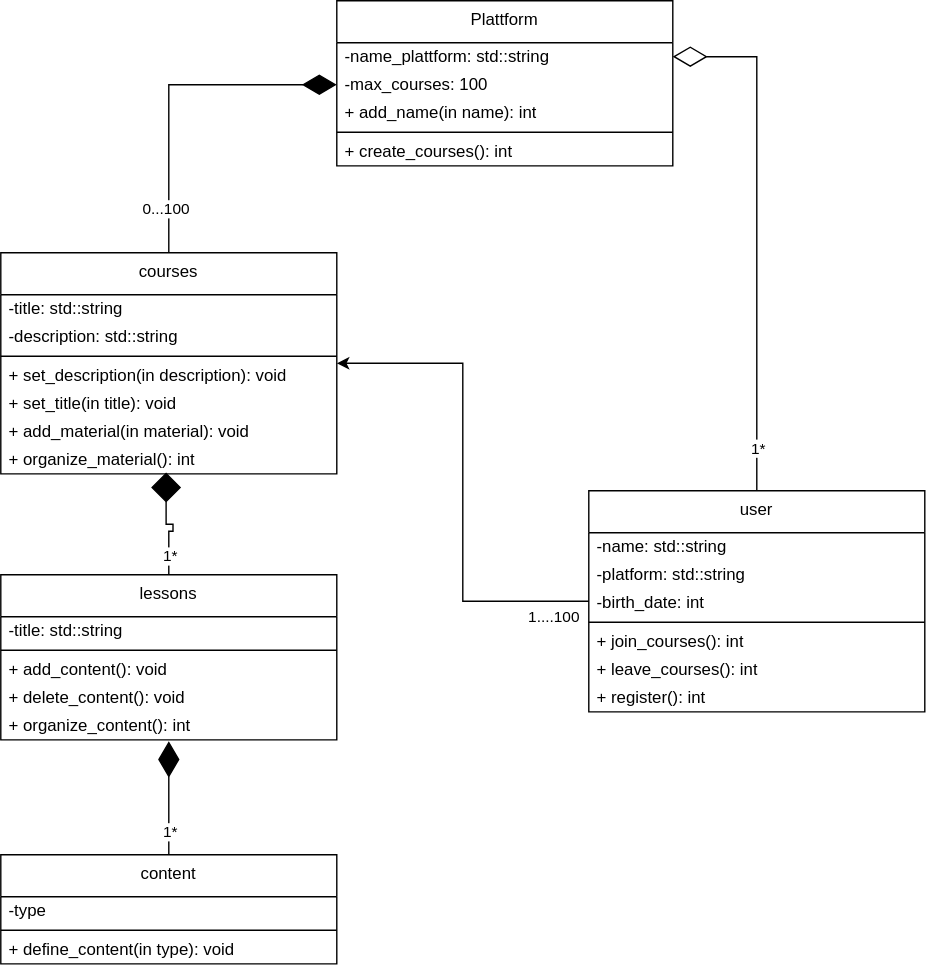
Marcel-khn/study-code- keeps this draw.io diagram as courses/coding-in-C++/Lab_3/section1/Unbenanntes Diagramm.drawio.svg. Above is the earlier version. Source tidied: cells renumbered, new cells last; positions are measured from the earlier drawing's top-left corner, leaving out a move shared by most shapes. Its diagram source:
```xml
<mxGraphModel>
  <root>
    <mxCell id="0" />
    <mxCell id="1" parent="0" />
    <mxCell id="2" style="edgeStyle=orthogonalEdgeStyle;rounded=0;jettySize=auto;html=1;endArrow=diamond;endFill=1;endSize=19;exitX=0.5;exitY=0;exitDx=0;exitDy=0;entryX=0.492;entryY=0.95;entryDx=0;entryDy=0;entryPerimeter=0;" parent="1" edge="1" source="14" target="11">
      <mxGeometry relative="1" as="geometry">
        <Array as="points">
          <mxPoint x="120" y="379" />
          <mxPoint x="123" y="379" />
          <mxPoint x="123" y="374" />
          <mxPoint x="118" y="374" />
        </Array>
      </mxGeometry>
    </mxCell>
    <mxCell id="3" value="1*" style="edgeLabel;html=1;align=center;verticalAlign=middle;" parent="2" vertex="1">
      <mxGeometry x="-0.67" y="-1" relative="1" as="geometry" />
    </mxCell>
    <mxCell id="4" value="courses" style="swimlane;fontStyle=0;align=center;verticalAlign=top;horizontal=1;startSize=30;html=1;whiteSpace=wrap;" parent="1" vertex="1">
      <mxGeometry y="180" width="240" height="158" as="geometry" />
    </mxCell>
    <mxCell id="5" value="-title: std::string" style="text;html=1;strokeColor=none;fillColor=none;align=left;verticalAlign=middle;spacingLeft=4;spacingRight=4;overflow=hidden;whiteSpace=wrap;" parent="4" vertex="1">
      <mxGeometry y="30" width="240" height="20" as="geometry" />
    </mxCell>
    <mxCell id="6" value="-description: std::string" style="text;html=1;strokeColor=none;fillColor=none;align=left;verticalAlign=middle;spacingLeft=4;spacingRight=4;overflow=hidden;whiteSpace=wrap;" parent="4" vertex="1">
      <mxGeometry y="50" width="240" height="20" as="geometry" />
    </mxCell>
    <mxCell id="7" style="line;strokeWidth=1;fillColor=none;align=left;verticalAlign=middle;spacingTop=-1;spacingLeft=3;spacingRight=3;labelPosition=right;" parent="4" vertex="1">
      <mxGeometry y="70" width="240" height="8" as="geometry" />
    </mxCell>
    <mxCell id="8" value="+ set_description(in description): void" style="text;html=1;strokeColor=none;fillColor=none;align=left;verticalAlign=middle;spacingLeft=4;spacingRight=4;overflow=hidden;whiteSpace=wrap;" parent="4" vertex="1">
      <mxGeometry y="78" width="240" height="20" as="geometry" />
    </mxCell>
    <mxCell id="9" value="+ set_title(in title): void" style="text;html=1;strokeColor=none;fillColor=none;align=left;verticalAlign=middle;spacingLeft=4;spacingRight=4;overflow=hidden;whiteSpace=wrap;" parent="4" vertex="1">
      <mxGeometry y="98" width="240" height="20" as="geometry" />
    </mxCell>
    <mxCell id="10" value="+ add_material(in material): void" style="text;html=1;strokeColor=none;fillColor=none;align=left;verticalAlign=middle;spacingLeft=4;spacingRight=4;overflow=hidden;whiteSpace=wrap;" parent="4" vertex="1">
      <mxGeometry y="118" width="240" height="20" as="geometry" />
    </mxCell>
    <mxCell id="11" value="+ organize_material(): int" style="text;html=1;strokeColor=none;fillColor=none;align=left;verticalAlign=middle;spacingLeft=4;spacingRight=4;overflow=hidden;points=[[0,0.5],[1,0.5]];portConstraint=eastwest;whiteSpace=wrap;" parent="4" vertex="1">
      <mxGeometry y="138" width="240" height="20" as="geometry" />
    </mxCell>
    <mxCell id="12" style="edgeStyle=orthogonalEdgeStyle;rounded=0;jettySize=auto;html=1;endArrow=diamondThin;endFill=1;endSize=23;entryX=0.5;entryY=1.05;entryDx=0;entryDy=0;entryPerimeter=0;" parent="1" edge="1" source="20" target="19">
      <mxGeometry relative="1" as="geometry" />
    </mxCell>
    <mxCell id="13" value="1*" style="edgeLabel;html=1;align=center;verticalAlign=middle;" parent="12" vertex="1">
      <mxGeometry x="-0.59" y="-1" relative="1" as="geometry" />
    </mxCell>
    <mxCell id="14" value="lessons" style="swimlane;fontStyle=0;align=center;verticalAlign=top;horizontal=1;startSize=30;html=1;whiteSpace=wrap;" parent="1" vertex="1">
      <mxGeometry y="410" width="240" height="118" as="geometry" />
    </mxCell>
    <mxCell id="15" value="-title: std::string" style="text;html=1;strokeColor=none;fillColor=none;align=left;verticalAlign=middle;spacingLeft=4;spacingRight=4;overflow=hidden;whiteSpace=wrap;" parent="14" vertex="1">
      <mxGeometry y="30" width="240" height="20" as="geometry" />
    </mxCell>
    <mxCell id="16" style="line;strokeWidth=1;fillColor=none;align=left;verticalAlign=middle;spacingTop=-1;spacingLeft=3;spacingRight=3;labelPosition=right;" parent="14" vertex="1">
      <mxGeometry y="50" width="240" height="8" as="geometry" />
    </mxCell>
    <mxCell id="17" value="+ add_content(): void" style="text;html=1;strokeColor=none;fillColor=none;align=left;verticalAlign=middle;spacingLeft=4;spacingRight=4;overflow=hidden;whiteSpace=wrap;" parent="14" vertex="1">
      <mxGeometry y="58" width="240" height="20" as="geometry" />
    </mxCell>
    <mxCell id="18" value="+ delete_content(): void" style="text;html=1;strokeColor=none;fillColor=none;align=left;verticalAlign=middle;spacingLeft=4;spacingRight=4;overflow=hidden;whiteSpace=wrap;" parent="14" vertex="1">
      <mxGeometry y="78" width="240" height="20" as="geometry" />
    </mxCell>
    <mxCell id="19" value="+ organize_content(): int" style="text;html=1;strokeColor=none;fillColor=none;align=left;verticalAlign=middle;spacingLeft=4;spacingRight=4;overflow=hidden;points=[[0,0.5],[1,0.5]];portConstraint=eastwest;whiteSpace=wrap;" parent="14" vertex="1">
      <mxGeometry y="98" width="240" height="20" as="geometry" />
    </mxCell>
    <mxCell id="20" value="content" style="swimlane;fontStyle=0;align=center;verticalAlign=top;horizontal=1;startSize=30;html=1;whiteSpace=wrap;" parent="1" vertex="1">
      <mxGeometry y="610" width="240" height="78" as="geometry" />
    </mxCell>
    <mxCell id="21" value="-type" style="text;html=1;strokeColor=none;fillColor=none;align=left;verticalAlign=middle;spacingLeft=4;spacingRight=4;overflow=hidden;whiteSpace=wrap;" parent="20" vertex="1">
      <mxGeometry y="30" width="240" height="20" as="geometry" />
    </mxCell>
    <mxCell id="22" style="line;strokeWidth=1;fillColor=none;align=left;verticalAlign=middle;spacingTop=-1;spacingLeft=3;spacingRight=3;labelPosition=right;" parent="20" vertex="1">
      <mxGeometry y="50" width="240" height="8" as="geometry" />
    </mxCell>
    <mxCell id="23" value="+ define_content(in type): void" style="text;html=1;strokeColor=none;fillColor=none;align=left;verticalAlign=middle;spacingLeft=4;spacingRight=4;overflow=hidden;whiteSpace=wrap;" parent="20" vertex="1">
      <mxGeometry y="58" width="240" height="20" as="geometry" />
    </mxCell>
    <mxCell id="24" style="edgeStyle=orthogonalEdgeStyle;rounded=0;jettySize=auto;html=1;entryX=1;entryY=0.5;entryDx=0;entryDy=0;" parent="1" edge="1" source="28" target="4">
      <mxGeometry relative="1" as="geometry" />
    </mxCell>
    <mxCell id="25" value="1....100" style="edgeLabel;html=1;align=center;verticalAlign=middle;" parent="24" vertex="1">
      <mxGeometry x="-0.86" y="2" relative="1" as="geometry">
        <mxPoint y="9" as="offset" />
      </mxGeometry>
    </mxCell>
    <mxCell id="26" style="edgeStyle=orthogonalEdgeStyle;rounded=0;jettySize=auto;html=1;entryX=1;entryY=0.5;entryDx=0;entryDy=0;endArrow=diamondThin;endFill=0;endSize=22;" parent="1" edge="1" source="28" target="37">
      <mxGeometry relative="1" as="geometry" />
    </mxCell>
    <mxCell id="27" value="1*" style="edgeLabel;html=1;align=center;verticalAlign=middle;" parent="26" vertex="1">
      <mxGeometry x="-0.83" y="-1" relative="1" as="geometry" />
    </mxCell>
    <mxCell id="28" value="user" style="swimlane;fontStyle=0;align=center;verticalAlign=top;horizontal=1;startSize=30;html=1;whiteSpace=wrap;" parent="1" vertex="1">
      <mxGeometry x="420" y="350" width="240" height="158" as="geometry" />
    </mxCell>
    <mxCell id="29" value="-name: std::string" style="text;html=1;strokeColor=none;fillColor=none;align=left;verticalAlign=middle;spacingLeft=4;spacingRight=4;overflow=hidden;whiteSpace=wrap;" parent="28" vertex="1">
      <mxGeometry y="30" width="240" height="20" as="geometry" />
    </mxCell>
    <mxCell id="30" value="-platform: std::string" style="text;html=1;strokeColor=none;fillColor=none;align=left;verticalAlign=middle;spacingLeft=4;spacingRight=4;overflow=hidden;whiteSpace=wrap;" parent="28" vertex="1">
      <mxGeometry y="50" width="240" height="20" as="geometry" />
    </mxCell>
    <mxCell id="31" value="-birth_date: int" style="text;html=1;strokeColor=none;fillColor=none;align=left;verticalAlign=middle;spacingLeft=4;spacingRight=4;overflow=hidden;whiteSpace=wrap;" parent="28" vertex="1">
      <mxGeometry y="70" width="240" height="20" as="geometry" />
    </mxCell>
    <mxCell id="32" style="line;strokeWidth=1;fillColor=none;align=left;verticalAlign=middle;spacingTop=-1;spacingLeft=3;spacingRight=3;labelPosition=right;" parent="28" vertex="1">
      <mxGeometry y="90" width="240" height="8" as="geometry" />
    </mxCell>
    <mxCell id="33" value="+ join_courses(): int" style="text;html=1;strokeColor=none;fillColor=none;align=left;verticalAlign=middle;spacingLeft=4;spacingRight=4;overflow=hidden;whiteSpace=wrap;" parent="28" vertex="1">
      <mxGeometry y="98" width="240" height="20" as="geometry" />
    </mxCell>
    <mxCell id="34" value="+ leave_courses(): int" style="text;html=1;strokeColor=none;fillColor=none;align=left;verticalAlign=middle;spacingLeft=4;spacingRight=4;overflow=hidden;whiteSpace=wrap;" parent="28" vertex="1">
      <mxGeometry y="118" width="240" height="20" as="geometry" />
    </mxCell>
    <mxCell id="35" value="+ register(): int" style="text;html=1;strokeColor=none;fillColor=none;align=left;verticalAlign=middle;spacingLeft=4;spacingRight=4;overflow=hidden;whiteSpace=wrap;" parent="28" vertex="1">
      <mxGeometry y="138" width="240" height="20" as="geometry" />
    </mxCell>
    <mxCell id="36" value="Plattform" style="swimlane;fontStyle=0;align=center;verticalAlign=top;horizontal=1;startSize=30;html=1;whiteSpace=wrap;" parent="1" vertex="1">
      <mxGeometry x="240" width="240" height="118" as="geometry" />
    </mxCell>
    <mxCell id="37" value="-name_plattform: std::string" style="text;html=1;strokeColor=none;fillColor=none;align=left;verticalAlign=middle;spacingLeft=4;spacingRight=4;overflow=hidden;points=[[0,0.5],[1,0.5]];portConstraint=eastwest;whiteSpace=wrap;" parent="36" vertex="1">
      <mxGeometry y="30" width="240" height="20" as="geometry" />
    </mxCell>
    <mxCell id="38" value="-max_courses: 100" style="text;html=1;strokeColor=none;fillColor=none;align=left;verticalAlign=middle;spacingLeft=4;spacingRight=4;overflow=hidden;points=[[0,0.5],[1,0.5]];portConstraint=eastwest;whiteSpace=wrap;" parent="36" vertex="1">
      <mxGeometry y="50" width="240" height="20" as="geometry" />
    </mxCell>
    <mxCell id="39" value="+ add_name(in name): int" style="text;html=1;strokeColor=none;fillColor=none;align=left;verticalAlign=middle;spacingLeft=4;spacingRight=4;overflow=hidden;whiteSpace=wrap;" parent="36" vertex="1">
      <mxGeometry y="70" width="240" height="20" as="geometry" />
    </mxCell>
    <mxCell id="40" style="line;strokeWidth=1;fillColor=none;align=left;verticalAlign=middle;spacingTop=-1;spacingLeft=3;spacingRight=3;labelPosition=right;" parent="36" vertex="1">
      <mxGeometry y="90" width="240" height="8" as="geometry" />
    </mxCell>
    <mxCell id="41" value="+ create_courses(): int" style="text;html=1;strokeColor=none;fillColor=none;align=left;verticalAlign=middle;spacingLeft=4;spacingRight=4;overflow=hidden;whiteSpace=wrap;" parent="36" vertex="1">
      <mxGeometry y="98" width="240" height="20" as="geometry" />
    </mxCell>
    <mxCell id="42" style="edgeStyle=orthogonalEdgeStyle;rounded=0;jettySize=auto;html=1;endArrow=diamondThin;endFill=1;endSize=22;entryX=0;entryY=0.5;entryDx=0;entryDy=0;exitX=0.5;exitY=0;exitDx=0;exitDy=0;" parent="1" edge="1" source="4" target="38">
      <mxGeometry relative="1" as="geometry" />
    </mxCell>
    <mxCell id="43" value="0...100" style="edgeLabel;html=1;align=center;verticalAlign=middle;" parent="42" vertex="1">
      <mxGeometry x="-0.74" y="2" relative="1" as="geometry" />
    </mxCell>
  </root>
</mxGraphModel>
```
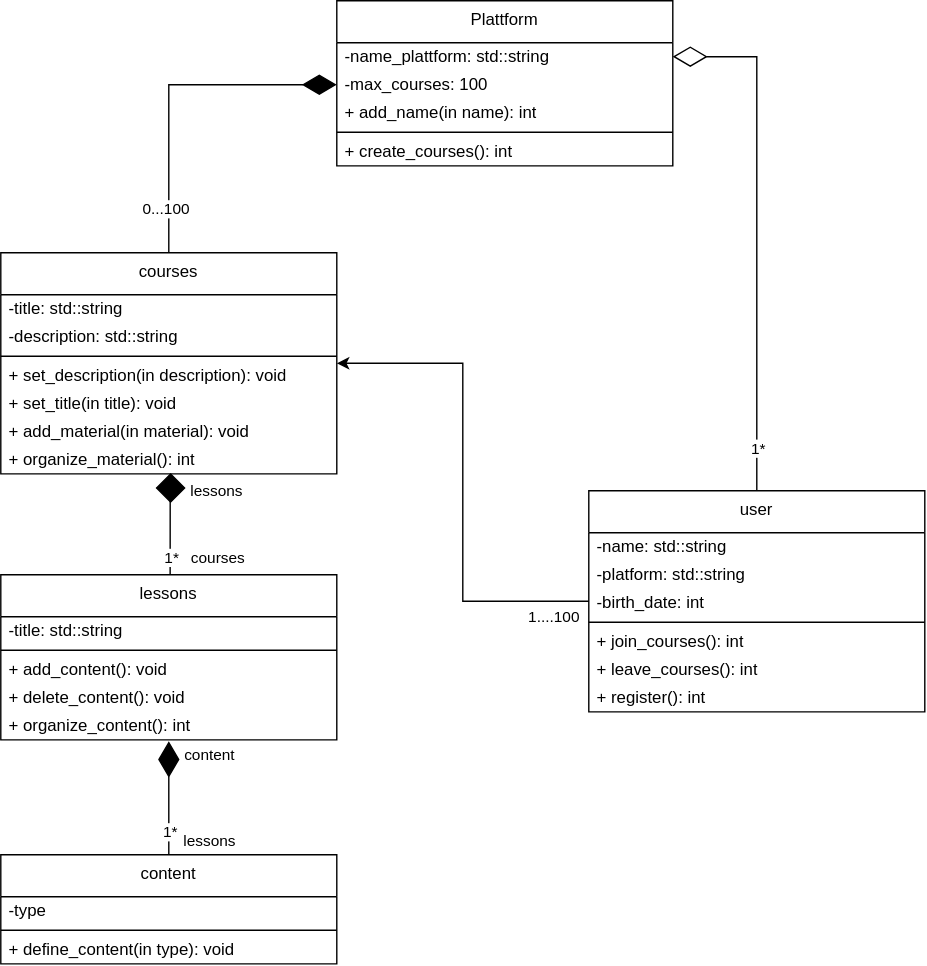
After the commit.

Commit message:
hopefully working

Diff of the diagram source:
```diff
@@ -2,19 +2,23 @@
   <root>
     <mxCell id="0" />
     <mxCell id="1" parent="0" />
-    <mxCell id="2" style="edgeStyle=orthogonalEdgeStyle;rounded=0;jettySize=auto;html=1;endArrow=diamond;endFill=1;endSize=19;exitX=0.5;exitY=0;exitDx=0;exitDy=0;entryX=0.492;entryY=0.95;entryDx=0;entryDy=0;entryPerimeter=0;" parent="1" edge="1" source="14" target="11">
+    <mxCell id="2" style="edgeStyle=orthogonalEdgeStyle;rounded=0;orthogonalLoop=1;jettySize=auto;html=1;endArrow=diamond;endFill=1;endSize=19;exitX=0.5;exitY=0;exitDx=0;exitDy=0;" parent="1" edge="1">
       <mxGeometry relative="1" as="geometry">
+        <mxPoint x="121" y="410" as="sourcePoint" />
+        <mxPoint x="132" y="348" as="targetPoint" />
         <Array as="points">
-          <mxPoint x="120" y="379" />
-          <mxPoint x="123" y="379" />
-          <mxPoint x="123" y="374" />
-          <mxPoint x="118" y="374" />
+          <mxPoint x="121" y="348" />
         </Array>
       </mxGeometry>
     </mxCell>
     <mxCell id="3" value="1*" style="edgeLabel;html=1;align=center;verticalAlign=middle;" parent="2" vertex="1">
       <mxGeometry x="-0.67" y="-1" relative="1" as="geometry" />
     </mxCell>
+    <mxCell id="44" value="lessons" style="edgeLabel;html=1;align=center;verticalAlign=middle;" parent="2" vertex="1">
+      <mxGeometry x="0.44" y="-1" relative="1" as="geometry">
+        <mxPoint x="32" y="-8" as="offset" />
+      </mxGeometry>
+    </mxCell>
     <mxCell id="4" value="courses" style="swimlane;fontStyle=0;align=center;verticalAlign=top;horizontal=1;startSize=30;html=1;whiteSpace=wrap;" parent="1" vertex="1">
       <mxGeometry y="180" width="240" height="158" as="geometry" />
     </mxCell>
@@ -137,5 +141,14 @@
     <mxCell id="43" value="0...100" style="edgeLabel;html=1;align=center;verticalAlign=middle;" parent="42" vertex="1">
       <mxGeometry x="-0.74" y="2" relative="1" as="geometry" />
     </mxCell>
+    <mxCell id="45" value="courses" style="edgeLabel;html=1;align=center;verticalAlign=middle;" parent="1" vertex="1">
+      <mxGeometry x="155" y="398" as="geometry" />
+    </mxCell>
+    <mxCell id="46" value="content" style="edgeLabel;html=1;align=center;verticalAlign=middle;" parent="1" vertex="1">
+      <mxGeometry x="149" y="539" as="geometry" />
+    </mxCell>
+    <mxCell id="47" value="lessons" style="edgeLabel;html=1;align=center;verticalAlign=middle;" parent="1" vertex="1">
+      <mxGeometry x="149" y="600" as="geometry" />
+    </mxCell>
   </root>
 </mxGraphModel>
```
